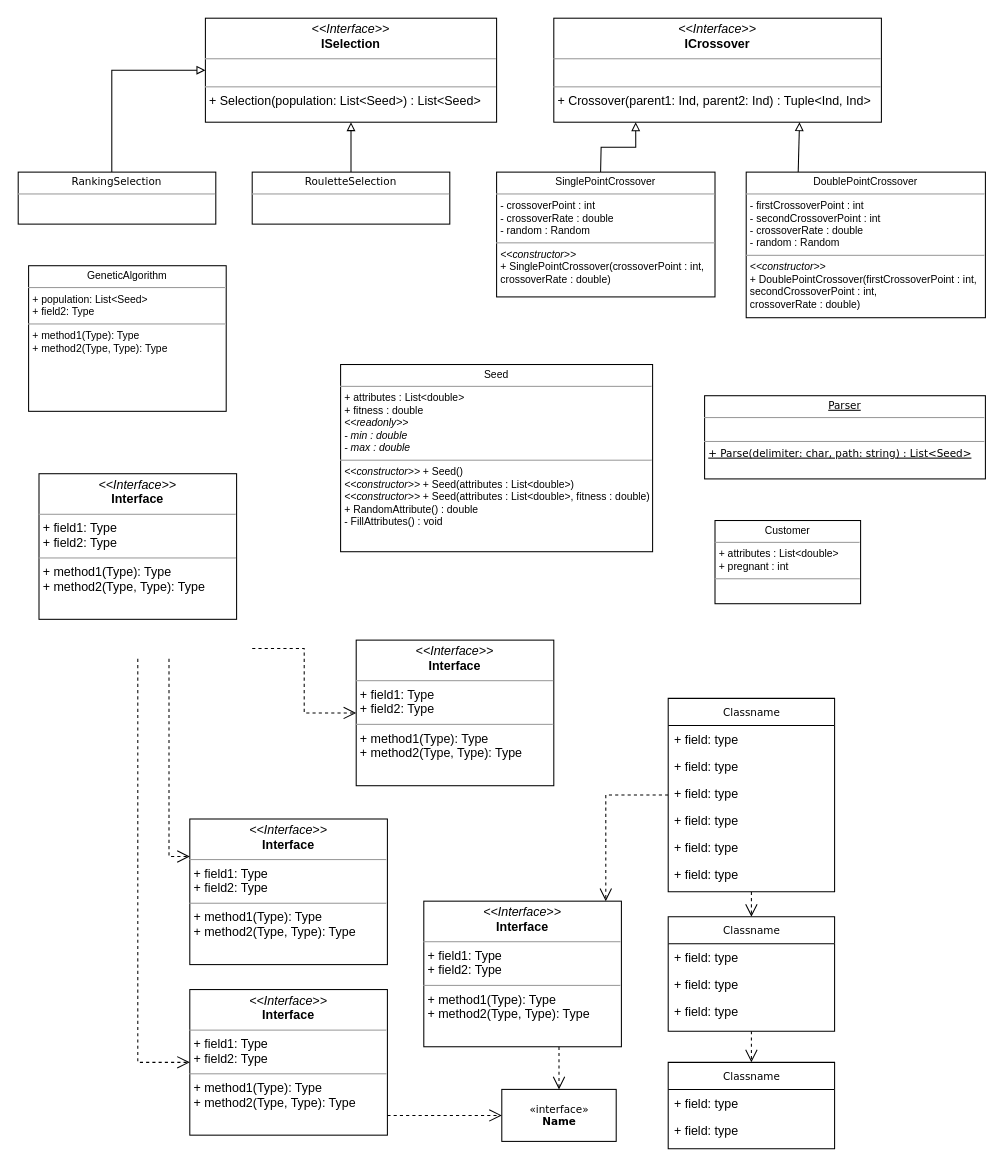
Earlier version of the draw.io diagram GA Class Diagram.drawio (JustMike112/genetic). Source tidied: cells renumbered, new cells numbered last; positions are measured from the earlier drawing's top-left corner, leaving out a move shared by most shapes. Both pictures are drawn from the tidied source at 104%, with x=0, y=0 at pixel (18, 18).
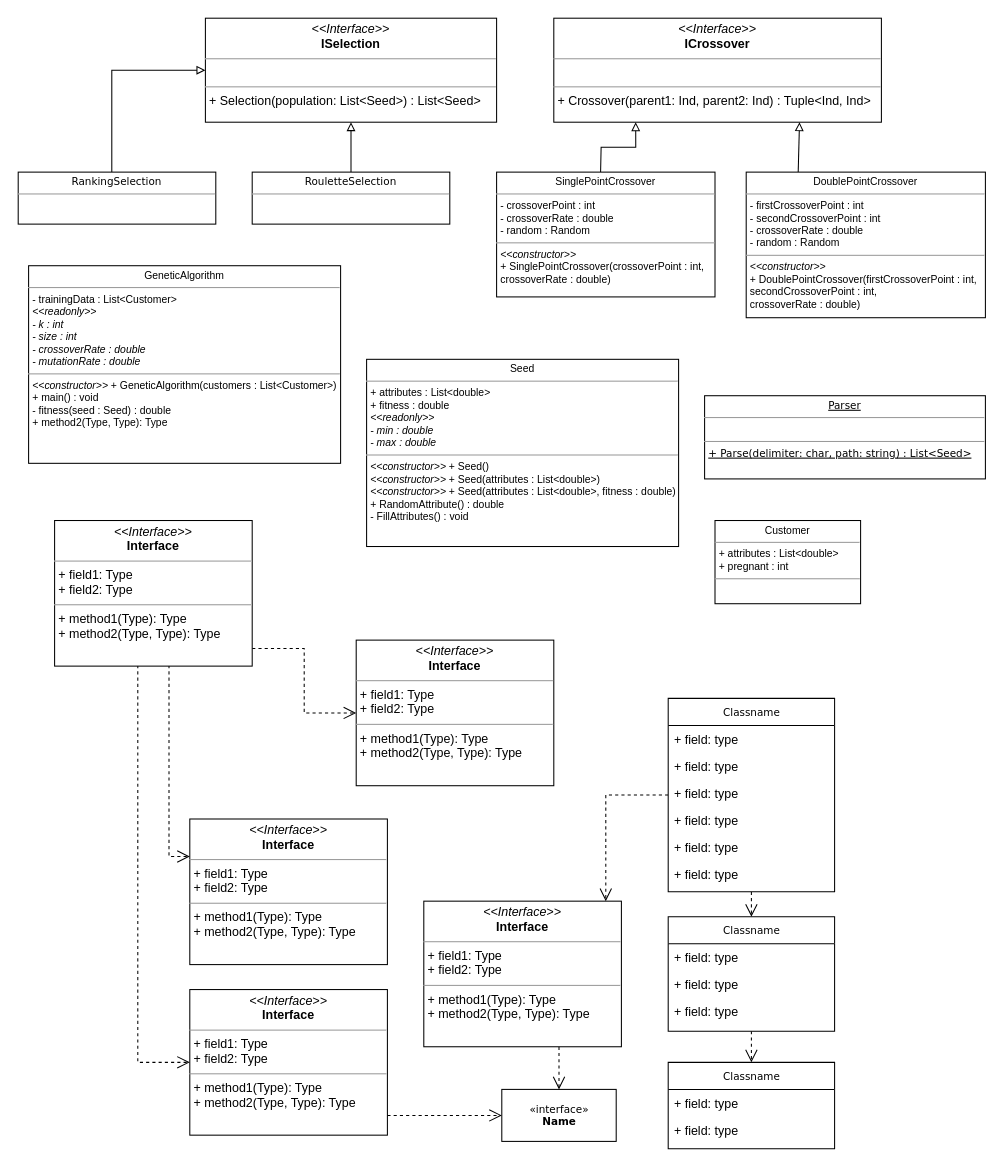
The same diagram, later.

Commit message (it also covers changes not shown here):
updated uml with geneticalgorithms class

Diff of the diagram source:
```diff
@@
     <mxCell id="30" value="&lt;p style=&quot;margin:0px;margin-top:4px;text-align:center;&quot;&gt;&lt;i&gt;&amp;lt;&amp;lt;Interface&amp;gt;&amp;gt;&lt;/i&gt;&lt;br/&gt;&lt;b&gt;Interface&lt;/b&gt;&lt;/p&gt;&lt;hr size=&quot;1&quot;/&gt;&lt;p style=&quot;margin:0px;margin-left:4px;&quot;&gt;+ field1: Type&lt;br/&gt;+ field2: Type&lt;/p&gt;&lt;hr size=&quot;1&quot;/&gt;&lt;p style=&quot;margin:0px;margin-left:4px;&quot;&gt;+ method1(Type): Type&lt;br/&gt;+ method2(Type, Type): Type&lt;/p&gt;" style="verticalAlign=top;align=left;overflow=fill;fontSize=12;fontFamily=Helvetica;html=1;rounded=0;shadow=0;comic=0;labelBackgroundColor=none;strokeColor=#000000;strokeWidth=1;fillColor=#ffffff;" parent="1" vertex="1">
-      <mxGeometry x="20" y="438" width="190" height="140" as="geometry" />
+      <mxGeometry x="35" y="483" width="190" height="140" as="geometry" />
     </mxCell>
@@
-    <mxCell id="35" value="&lt;p style=&quot;margin: 4px 0px 0px ; text-align: center ; font-size: 10px&quot;&gt;&lt;font&gt;GeneticAlgorithm&lt;/font&gt;&lt;/p&gt;&lt;hr size=&quot;1&quot; style=&quot;font-size: 10px&quot;&gt;&lt;p style=&quot;margin: 0px 0px 0px 4px ; font-size: 10px&quot;&gt;&lt;font style=&quot;font-size: 10px&quot;&gt;+ population: List&amp;lt;Seed&amp;gt;&lt;br&gt;+ field2: Type&lt;/font&gt;&lt;/p&gt;&lt;hr size=&quot;1&quot; style=&quot;font-size: 10px&quot;&gt;&lt;p style=&quot;margin: 0px 0px 0px 4px ; font-size: 10px&quot;&gt;&lt;font style=&quot;font-size: 10px&quot;&gt;+ method1(Type): Type&lt;br&gt;+ method2(Type, Type): Type&lt;/font&gt;&lt;/p&gt;" style="verticalAlign=top;align=left;overflow=fill;fontSize=12;fontFamily=Helvetica;html=1;rounded=0;shadow=0;comic=0;labelBackgroundColor=none;strokeColor=#000000;strokeWidth=1;fillColor=#ffffff;" parent="1" vertex="1">
-      <mxGeometry x="10" y="238" width="190" height="140" as="geometry" />
+    <mxCell id="35" value="&lt;p style=&quot;margin: 4px 0px 0px ; text-align: center ; font-size: 10px&quot;&gt;&lt;font&gt;GeneticAlgorithm&lt;/font&gt;&lt;/p&gt;&lt;hr size=&quot;1&quot; style=&quot;font-size: 10px&quot;&gt;&lt;p style=&quot;margin: 0px 0px 0px 4px ; font-size: 10px&quot;&gt;&lt;font style=&quot;font-size: 10px&quot;&gt;- trainingData : List&amp;lt;Customer&amp;gt;&lt;/font&gt;&lt;/p&gt;&lt;p style=&quot;margin: 0px 0px 0px 4px ; font-size: 10px&quot;&gt;&lt;font style=&quot;font-size: 10px&quot;&gt;&lt;i&gt;&amp;lt;&amp;lt;readonly&amp;gt;&amp;gt;&lt;/i&gt;&lt;/font&gt;&lt;/p&gt;&lt;p style=&quot;margin: 0px 0px 0px 4px ; font-size: 10px&quot;&gt;&lt;font style=&quot;font-size: 10px&quot;&gt;&lt;i&gt;- k : int&lt;/i&gt;&lt;/font&gt;&lt;/p&gt;&lt;p style=&quot;margin: 0px 0px 0px 4px ; font-size: 10px&quot;&gt;&lt;font style=&quot;font-size: 10px&quot;&gt;&lt;i&gt;- size : int&lt;/i&gt;&lt;/font&gt;&lt;/p&gt;&lt;p style=&quot;margin: 0px 0px 0px 4px ; font-size: 10px&quot;&gt;&lt;font style=&quot;font-size: 10px&quot;&gt;&lt;i&gt;- crossoverRate : double&lt;/i&gt;&lt;/font&gt;&lt;/p&gt;&lt;p style=&quot;margin: 0px 0px 0px 4px ; font-size: 10px&quot;&gt;&lt;font style=&quot;font-size: 10px&quot;&gt;&lt;i&gt;- mutationRate : double&lt;br&gt;&lt;/i&gt;&lt;/font&gt;&lt;/p&gt;&lt;hr size=&quot;1&quot; style=&quot;font-size: 10px&quot;&gt;&lt;p style=&quot;margin: 0px 0px 0px 4px ; font-size: 10px&quot;&gt;&lt;font style=&quot;font-size: 10px&quot;&gt;&lt;i&gt;&amp;lt;&amp;lt;constructor&amp;gt;&amp;gt; &lt;/i&gt;+ GeneticAlgorithm(customers : List&amp;lt;Customer&amp;gt;)&lt;/font&gt;&lt;/p&gt;&lt;p style=&quot;margin: 0px 0px 0px 4px ; font-size: 10px&quot;&gt;&lt;font style=&quot;font-size: 10px&quot;&gt;+ main() : void&lt;/font&gt;&lt;/p&gt;&lt;p style=&quot;margin: 0px 0px 0px 4px ; font-size: 10px&quot;&gt;&lt;font style=&quot;font-size: 10px&quot;&gt;- fitness(seed : Seed) : double&lt;br&gt;+ method2(Type, Type): Type&lt;/font&gt;&lt;/p&gt;" style="verticalAlign=top;align=left;overflow=fill;fontSize=12;fontFamily=Helvetica;html=1;rounded=0;shadow=0;comic=0;labelBackgroundColor=none;strokeColor=#000000;strokeWidth=1;fillColor=#ffffff;" parent="1" vertex="1">
+      <mxGeometry x="10" y="238" width="300" height="190" as="geometry" />
     </mxCell>
@@
     <mxCell id="38" value="&lt;p style=&quot;margin: 4px 0px 0px ; text-align: center ; font-size: 10px&quot;&gt;&lt;font&gt;Seed&lt;/font&gt;&lt;/p&gt;&lt;hr size=&quot;1&quot; style=&quot;font-size: 10px&quot;&gt;&lt;p style=&quot;margin: 0px 0px 0px 4px ; font-size: 10px&quot;&gt;&lt;font&gt;+ attributes : List&amp;lt;double&amp;gt;&lt;/font&gt;&lt;/p&gt;&lt;p style=&quot;margin: 0px 0px 0px 4px ; font-size: 10px&quot;&gt;&lt;font&gt;+ fitness : double&lt;/font&gt;&lt;/p&gt;&lt;p style=&quot;margin: 0px 0px 0px 4px ; font-size: 10px&quot;&gt;&lt;font&gt;&lt;i&gt;&amp;lt;&amp;lt;readonly&amp;gt;&amp;gt;&lt;/i&gt;&lt;/font&gt;&lt;/p&gt;&lt;p style=&quot;margin: 0px 0px 0px 4px ; font-size: 10px&quot;&gt;&lt;font&gt;&lt;i&gt;- min : double&lt;/i&gt;&lt;/font&gt;&lt;/p&gt;&lt;p style=&quot;margin: 0px 0px 0px 4px ; font-size: 10px&quot;&gt;&lt;font&gt;&lt;i&gt;- max : double&lt;/i&gt;&lt;/font&gt;&lt;/p&gt;&lt;hr size=&quot;1&quot; style=&quot;font-size: 10px&quot;&gt;&lt;p style=&quot;margin: 0px 0px 0px 4px ; font-size: 10px&quot;&gt;&lt;i&gt;&amp;lt;&amp;lt;constructor&amp;gt;&amp;gt;&lt;/i&gt; + Seed()&lt;/p&gt;&lt;p style=&quot;margin: 0px 0px 0px 4px ; font-size: 10px&quot;&gt;&lt;i&gt;&amp;lt;&amp;lt;constructor&amp;gt;&amp;gt;&lt;/i&gt; + Seed(attributes : List&amp;lt;double&amp;gt;)&lt;/p&gt;&lt;p style=&quot;margin: 0px 0px 0px 4px ; font-size: 10px&quot;&gt;&lt;i&gt;&amp;lt;&amp;lt;constructor&amp;gt;&amp;gt;&lt;/i&gt; + Seed(attributes : List&amp;lt;double&amp;gt;, fitness : double)&lt;/p&gt;&lt;p style=&quot;margin: 0px 0px 0px 4px ; font-size: 10px&quot;&gt;+ RandomAttribute() : double&lt;/p&gt;&lt;p style=&quot;margin: 0px 0px 0px 4px ; font-size: 10px&quot;&gt;- FillAttributes() : void&lt;/p&gt;" style="verticalAlign=top;align=left;overflow=fill;fontSize=12;fontFamily=Helvetica;html=1;rounded=0;shadow=0;comic=0;labelBackgroundColor=none;strokeColor=#000000;strokeWidth=1;fillColor=#ffffff;" parent="1" vertex="1">
-      <mxGeometry x="310" y="333" width="300" height="180" as="geometry" />
+      <mxGeometry x="335" y="328" width="300" height="180" as="geometry" />
     </mxCell>
```
